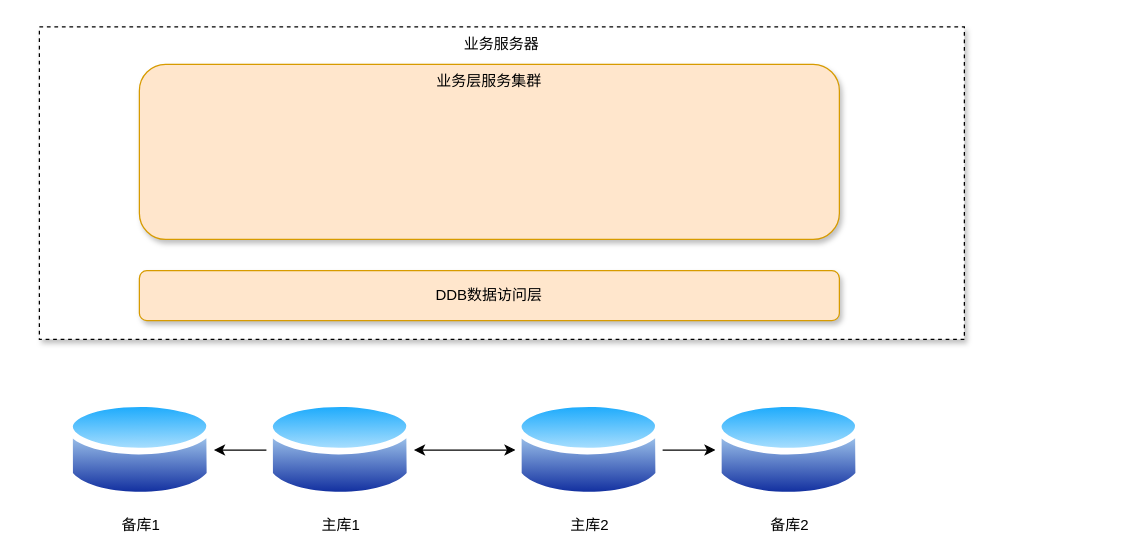
Before: 数据库读写分离及分库分表.drawio in bert82503/tech-study, a draw.io diagram. Source tidied: cells renumbered, new cells numbered last; positions are measured from the earlier drawing's top-left corner, leaving out a move shared by most shapes. Both pictures are drawn from the tidied source at 125%, with x=0, y=0 at pixel (39, 26).
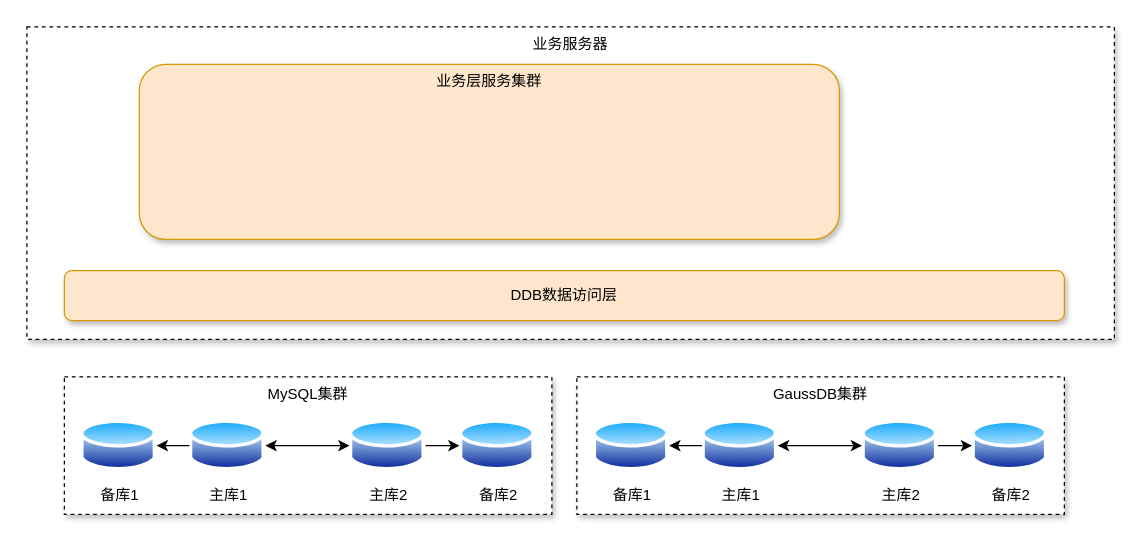
The same page after the edit.

Commit message (it also covers changes not shown here):
更新数据库读写分离及分库分表.drawio

Diff of the diagram source:
```diff
@@
-    <mxCell id="2" style="edgeStyle=orthogonalEdgeStyle;rounded=0;jettySize=auto;html=1;" parent="1" edge="1" source="4" target="7">
-      <mxGeometry relative="1" as="geometry" />
-    </mxCell>
-    <mxCell id="3" style="edgeStyle=orthogonalEdgeStyle;rounded=0;jettySize=auto;html=1;startArrow=classic;startFill=1;" parent="1" edge="1" source="4" target="6">
-      <mxGeometry relative="1" as="geometry" />
-    </mxCell>
-    <mxCell id="4" value="主库1" style="perimeter=ellipsePerimeter;html=1;align=center;shadow=0;dashed=0;spacingTop=3;image;image=img/lib/active_directory/database.svg;" parent="1" vertex="1">
-      <mxGeometry x="182" y="295" width="117.6" height="87" as="geometry" />
-    </mxCell>
-    <mxCell id="5" style="edgeStyle=orthogonalEdgeStyle;rounded=0;jettySize=auto;html=1;" parent="1" edge="1" source="6" target="8">
-      <mxGeometry relative="1" as="geometry" />
-    </mxCell>
-    <mxCell id="6" value="主库2" style="perimeter=ellipsePerimeter;html=1;align=center;shadow=0;dashed=0;spacingTop=3;image;image=img/lib/active_directory/database.svg;" parent="1" vertex="1">
-      <mxGeometry x="381" y="295" width="117.6" height="87" as="geometry" />
-    </mxCell>
-    <mxCell id="7" value="备库1" style="perimeter=ellipsePerimeter;html=1;align=center;shadow=0;dashed=0;spacingTop=3;image;image=img/lib/active_directory/database.svg;" parent="1" vertex="1">
-      <mxGeometry x="22" y="295" width="117.6" height="87" as="geometry" />
-    </mxCell>
-    <mxCell id="8" value="备库2" style="perimeter=ellipsePerimeter;html=1;align=center;shadow=0;dashed=0;spacingTop=3;image;image=img/lib/active_directory/database.svg;" parent="1" vertex="1">
-      <mxGeometry x="541" y="295" width="117.6" height="87" as="geometry" />
-    </mxCell>
     <mxCell id="9" value="业务服务器" style="rounded=0;whiteSpace=wrap;html=1;align=center;shadow=1;verticalAlign=top;dashed=1;" parent="1" vertex="1">
-      <mxGeometry width="740" height="250" as="geometry" />
+      <mxGeometry x="-10" width="870" height="250" as="geometry" />
     </mxCell>
@@
     <mxCell id="11" value="DDB数据访问层" style="rounded=1;whiteSpace=wrap;html=1;shadow=1;strokeColor=#d79b00;fontFamily=Helvetica;fontSize=12;fillColor=#ffe6cc;verticalAlign=middle;" parent="1" vertex="1">
-      <mxGeometry x="80" y="195" width="560" height="40" as="geometry" />
+      <mxGeometry x="20" y="195" width="800" height="40" as="geometry" />
     </mxCell>
+    <mxCell id="12" style="group;" parent="1" vertex="1">
+      <mxGeometry x="20" y="280" width="390" height="110" as="geometry" />
+    </mxCell>
+    <mxCell id="13" value="MySQL集群" style="rounded=0;whiteSpace=wrap;html=1;shadow=1;strokeColor=default;fontFamily=Helvetica;fontSize=12;fontColor=default;fillColor=default;dashed=1;verticalAlign=top;" parent="12" vertex="1">
+      <mxGeometry width="390" height="110" as="geometry" />
+    </mxCell>
+    <mxCell id="4" value="主库1" style="perimeter=ellipsePerimeter;html=1;align=center;shadow=0;dashed=0;spacingTop=3;image;image=img/lib/active_directory/database.svg;" parent="12" vertex="1">
+      <mxGeometry x="100.1" y="32.5" width="60.8" height="45" as="geometry" />
+    </mxCell>
+    <mxCell id="6" value="主库2" style="perimeter=ellipsePerimeter;html=1;align=center;shadow=0;dashed=0;spacingTop=3;image;image=img/lib/active_directory/database.svg;" parent="12" vertex="1">
+      <mxGeometry x="228.1" y="32.5" width="60.8" height="45" as="geometry" />
+    </mxCell>
+    <mxCell id="3" style="edgeStyle=orthogonalEdgeStyle;rounded=0;jettySize=auto;html=1;startArrow=classic;startFill=1;" parent="12" edge="1" source="4" target="6">
+      <mxGeometry relative="1" as="geometry" />
+    </mxCell>
+    <mxCell id="7" value="备库1" style="perimeter=ellipsePerimeter;html=1;align=center;shadow=0;dashed=0;spacingTop=3;image;image=img/lib/active_directory/database.svg;" parent="12" vertex="1">
+      <mxGeometry x="13.1" y="32.5" width="60.8" height="45" as="geometry" />
+    </mxCell>
+    <mxCell id="2" style="edgeStyle=orthogonalEdgeStyle;rounded=0;jettySize=auto;html=1;" parent="12" edge="1" source="4" target="7">
+      <mxGeometry relative="1" as="geometry" />
+    </mxCell>
+    <mxCell id="8" value="备库2" style="perimeter=ellipsePerimeter;html=1;align=center;shadow=0;dashed=0;spacingTop=3;image;image=img/lib/active_directory/database.svg;" parent="12" vertex="1">
+      <mxGeometry x="316.1" y="32.5" width="60.8" height="45" as="geometry" />
+    </mxCell>
+    <mxCell id="5" style="edgeStyle=orthogonalEdgeStyle;rounded=0;jettySize=auto;html=1;" parent="12" edge="1" source="6" target="8">
+      <mxGeometry relative="1" as="geometry" />
+    </mxCell>
+    <mxCell id="14" style="group;" parent="1" vertex="1">
+      <mxGeometry x="430" y="280" width="390" height="110" as="geometry" />
+    </mxCell>
+    <mxCell id="15" value="GaussDB集群" style="rounded=0;whiteSpace=wrap;html=1;shadow=1;strokeColor=default;fontFamily=Helvetica;fontSize=12;fontColor=default;fillColor=default;dashed=1;verticalAlign=top;" parent="14" vertex="1">
+      <mxGeometry width="390" height="110" as="geometry" />
+    </mxCell>
+    <mxCell id="16" value="主库1" style="perimeter=ellipsePerimeter;html=1;align=center;shadow=0;dashed=0;spacingTop=3;image;image=img/lib/active_directory/database.svg;" parent="14" vertex="1">
+      <mxGeometry x="100.1" y="32.5" width="60.8" height="45" as="geometry" />
+    </mxCell>
+    <mxCell id="17" value="主库2" style="perimeter=ellipsePerimeter;html=1;align=center;shadow=0;dashed=0;spacingTop=3;image;image=img/lib/active_directory/database.svg;" parent="14" vertex="1">
+      <mxGeometry x="228.1" y="32.5" width="60.8" height="45" as="geometry" />
+    </mxCell>
+    <mxCell id="18" style="edgeStyle=orthogonalEdgeStyle;rounded=0;jettySize=auto;html=1;startArrow=classic;startFill=1;" parent="14" edge="1" source="16" target="17">
+      <mxGeometry relative="1" as="geometry" />
+    </mxCell>
+    <mxCell id="19" value="备库1" style="perimeter=ellipsePerimeter;html=1;align=center;shadow=0;dashed=0;spacingTop=3;image;image=img/lib/active_directory/database.svg;" parent="14" vertex="1">
+      <mxGeometry x="13.1" y="32.5" width="60.8" height="45" as="geometry" />
+    </mxCell>
+    <mxCell id="20" style="edgeStyle=orthogonalEdgeStyle;rounded=0;jettySize=auto;html=1;" parent="14" edge="1" source="16" target="19">
+      <mxGeometry relative="1" as="geometry" />
+    </mxCell>
+    <mxCell id="21" value="备库2" style="perimeter=ellipsePerimeter;html=1;align=center;shadow=0;dashed=0;spacingTop=3;image;image=img/lib/active_directory/database.svg;" parent="14" vertex="1">
+      <mxGeometry x="316.1" y="32.5" width="60.8" height="45" as="geometry" />
+    </mxCell>
+    <mxCell id="22" style="edgeStyle=orthogonalEdgeStyle;rounded=0;jettySize=auto;html=1;" parent="14" edge="1" source="17" target="21">
+      <mxGeometry relative="1" as="geometry" />
+    </mxCell>
```
